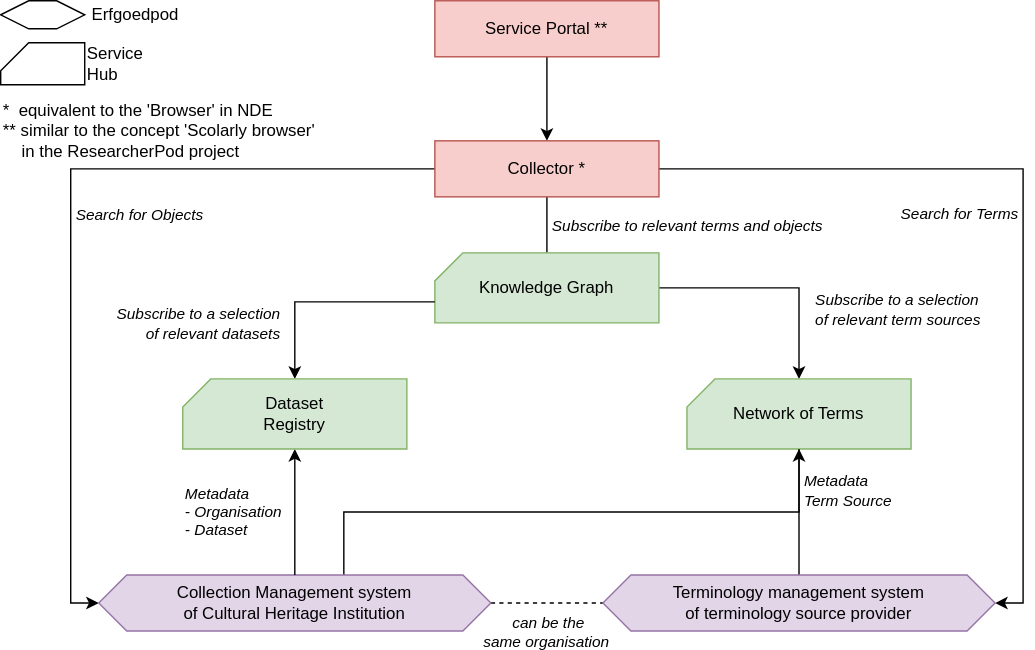
The draw.io diagram images/NDE-overzicht.svg in ErfgoedPod/usecases, before a commit. Source tidied: cells renumbered, new cells last; positions are measured from the earlier drawing's top-left corner, leaving out a move shared by most shapes.
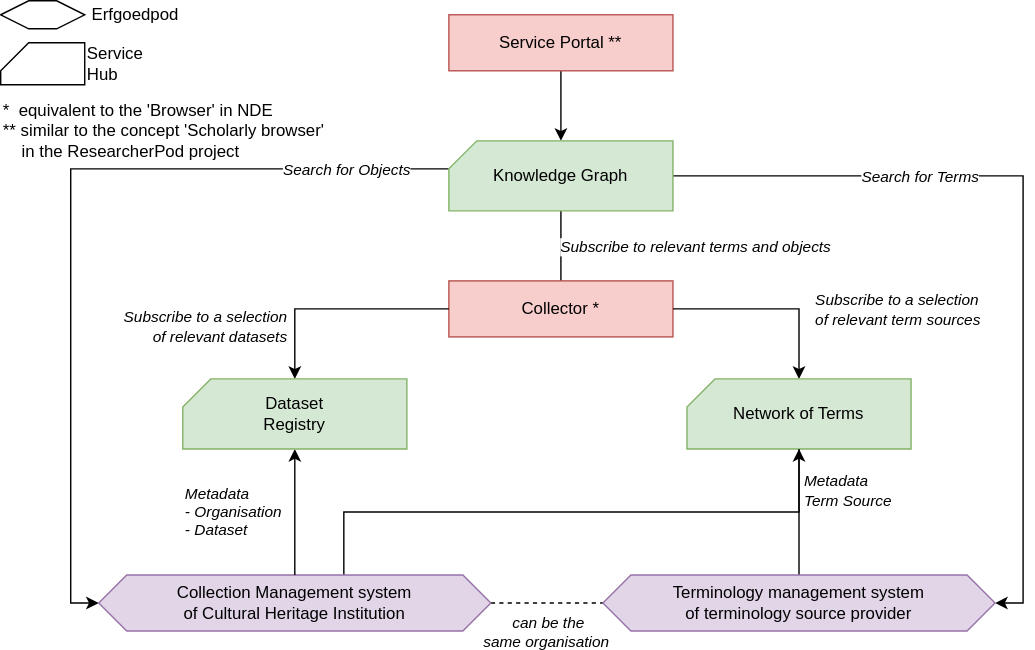
Later version of the same file.

Diff of the diagram source:
```diff
@@ -2,37 +2,39 @@
   <root>
     <mxCell id="0" />
     <mxCell id="1" parent="0" />
-    <mxCell id="2" style="edgeStyle=orthogonalEdgeStyle;rounded=0;jettySize=auto;html=1;exitX=0.5;exitY=1;exitDx=0;exitDy=0;startArrow=none;startFill=0;endArrow=classic;endFill=1;" parent="1" edge="1" source="3" target="10">
+    <mxCell id="2" style="edgeStyle=orthogonalEdgeStyle;rounded=0;jettySize=auto;html=1;exitX=0.5;exitY=1;exitDx=0;exitDy=0;startArrow=none;startFill=0;endArrow=classic;endFill=1;entryX=0.5;entryY=0;entryDx=0;entryDy=0;entryPerimeter=0;" parent="1" edge="1" source="3" target="20">
       <mxGeometry relative="1" as="geometry" />
     </mxCell>
     <mxCell id="3" value="Service Portal **" style="rounded=0;whiteSpace=wrap;html=1;fillColor=#f8cecc;strokeColor=#b85450;" parent="1" vertex="1">
-      <mxGeometry x="310" width="160" height="40" as="geometry" />
+      <mxGeometry x="320" y="10" width="160" height="40" as="geometry" />
     </mxCell>
-    <mxCell id="4" style="edgeStyle=orthogonalEdgeStyle;rounded=0;jettySize=auto;html=1;exitX=0.5;exitY=1;exitDx=0;exitDy=0;entryX=0.5;entryY=0;entryDx=0;entryDy=0;entryPerimeter=0;startArrow=none;startFill=0;endArrow=none;endFill=0;" parent="1" edge="1" source="10" target="20">
+    <mxCell id="4" style="edgeStyle=orthogonalEdgeStyle;rounded=0;jettySize=auto;html=1;exitX=0.5;exitY=0;exitDx=0;exitDy=0;entryX=0.5;entryY=1;entryDx=0;entryDy=0;entryPerimeter=0;startArrow=none;startFill=0;endArrow=none;endFill=0;" parent="1" edge="1" source="10" target="20">
       <mxGeometry relative="1" as="geometry" />
     </mxCell>
     <mxCell id="5" value="Subscribe to relevant terms and objects " style="edgeLabel;html=1;align=left;verticalAlign=middle;fontStyle=2;" parent="4" vertex="1">
       <mxGeometry y="2" relative="1" as="geometry" />
     </mxCell>
-    <mxCell id="6" style="edgeStyle=orthogonalEdgeStyle;rounded=0;jettySize=auto;html=1;exitX=1;exitY=0.5;exitDx=0;exitDy=0;entryX=1;entryY=0.5;entryDx=0;entryDy=0;startArrow=none;startFill=0;endArrow=classic;endFill=1;" parent="1" edge="1" source="10" target="19">
+    <mxCell id="6" style="edgeStyle=orthogonalEdgeStyle;rounded=0;jettySize=auto;html=1;entryX=1;entryY=0.5;entryDx=0;entryDy=0;startArrow=none;startFill=0;endArrow=classic;endFill=1;exitX=1;exitY=0.5;exitDx=0;exitDy=0;exitPerimeter=0;" parent="1" edge="1" source="20" target="19">
       <mxGeometry relative="1" as="geometry" />
     </mxCell>
     <mxCell id="7" value="Search for Terms" style="edgeLabel;html=1;align=right;verticalAlign=middle;fontStyle=2;" parent="6" vertex="1">
       <mxGeometry x="-0.13" y="-31" relative="1" as="geometry" />
     </mxCell>
-    <mxCell id="8" style="edgeStyle=orthogonalEdgeStyle;rounded=0;jettySize=auto;html=1;exitX=0;exitY=0.5;exitDx=0;exitDy=0;entryX=0;entryY=0.5;entryDx=0;entryDy=0;startArrow=none;startFill=0;endArrow=classic;endFill=1;" parent="1" edge="1" source="10" target="18">
+    <mxCell id="8" style="edgeStyle=orthogonalEdgeStyle;rounded=0;jettySize=auto;html=1;entryX=0;entryY=0.5;entryDx=0;entryDy=0;startArrow=none;startFill=0;endArrow=classic;endFill=1;exitX=0;exitY=0;exitDx=0;exitDy=20;exitPerimeter=0;" parent="1" edge="1" source="20" target="18">
       <mxGeometry relative="1" as="geometry" />
     </mxCell>
     <mxCell id="9" value="Search for Objects" style="edgeLabel;html=1;align=left;verticalAlign=middle;fontStyle=2;" parent="8" vertex="1">
-      <mxGeometry x="-0.13" y="32" relative="1" as="geometry" />
+      <mxGeometry x="-0.13" y="32" relative="1" as="geometry">
+        <mxPoint x="142" y="-32" as="offset" />
+      </mxGeometry>
     </mxCell>
     <mxCell id="10" value="Collector *" style="rounded=0;whiteSpace=wrap;html=1;fillColor=#f8cecc;strokeColor=#b85450;" parent="1" vertex="1">
-      <mxGeometry x="310" y="100" width="160" height="40" as="geometry" />
+      <mxGeometry x="320" y="200" width="160" height="40" as="geometry" />
     </mxCell>
     <mxCell id="11" style="edgeStyle=orthogonalEdgeStyle;rounded=0;jettySize=auto;html=1;exitX=0.5;exitY=1;exitDx=0;exitDy=0;exitPerimeter=0;entryX=0.5;entryY=0;entryDx=0;entryDy=0;startArrow=classic;startFill=1;endArrow=none;endFill=0;" parent="1" edge="1" source="13" target="19">
       <mxGeometry relative="1" as="geometry" />
     </mxCell>
-    <mxCell id="12" style="edgeStyle=orthogonalEdgeStyle;rounded=0;jettySize=auto;html=1;exitX=0.5;exitY=0;exitDx=0;exitDy=0;exitPerimeter=0;startArrow=classic;startFill=1;endArrow=none;endFill=0;entryX=1;entryY=0.5;entryDx=0;entryDy=0;entryPerimeter=0;" parent="1" edge="1" source="13" target="20">
+    <mxCell id="12" style="edgeStyle=orthogonalEdgeStyle;rounded=0;jettySize=auto;html=1;exitX=0.5;exitY=0;exitDx=0;exitDy=0;exitPerimeter=0;startArrow=classic;startFill=1;endArrow=none;endFill=0;entryX=1;entryY=0.5;entryDx=0;entryDy=0;" parent="1" edge="1" source="13" target="10">
       <mxGeometry relative="1" as="geometry" />
     </mxCell>
     <mxCell id="13" value="Network of Terms" style="shape=card;whiteSpace=wrap;html=1;size=20;fillColor=#d5e8d4;strokeColor=#82b366;" parent="1" vertex="1">
@@ -59,7 +61,7 @@
       <mxGeometry x="430" y="410" width="280" height="40" as="geometry" />
     </mxCell>
     <mxCell id="20" value="Knowledge Graph" style="shape=card;whiteSpace=wrap;html=1;size=20;fillColor=#d5e8d4;strokeColor=#82b366;" parent="1" vertex="1">
-      <mxGeometry x="310" y="180" width="160" height="50" as="geometry" />
+      <mxGeometry x="320" y="100" width="160" height="50" as="geometry" />
     </mxCell>
     <mxCell id="21" style="edgeStyle=orthogonalEdgeStyle;rounded=0;jettySize=auto;html=1;exitX=0.5;exitY=1;exitDx=0;exitDy=0;exitPerimeter=0;entryX=0.5;entryY=0;entryDx=0;entryDy=0;endArrow=none;endFill=0;startArrow=classic;startFill=1;" parent="1" edge="1" source="25" target="18">
       <mxGeometry relative="1" as="geometry" />
@@ -69,7 +71,7 @@
         <mxPoint x="-80" as="offset" />
       </mxGeometry>
     </mxCell>
-    <mxCell id="23" style="edgeStyle=orthogonalEdgeStyle;rounded=0;jettySize=auto;html=1;exitX=0.5;exitY=0;exitDx=0;exitDy=0;exitPerimeter=0;startArrow=classic;startFill=1;endArrow=none;endFill=0;entryX=0;entryY=0;entryDx=0;entryDy=35;entryPerimeter=0;" parent="1" edge="1" source="25" target="20">
+    <mxCell id="23" style="edgeStyle=orthogonalEdgeStyle;rounded=0;jettySize=auto;html=1;exitX=0.5;exitY=0;exitDx=0;exitDy=0;exitPerimeter=0;startArrow=classic;startFill=1;endArrow=none;endFill=0;entryX=0;entryY=0.5;entryDx=0;entryDy=0;" parent="1" edge="1" source="25" target="10">
       <mxGeometry relative="1" as="geometry" />
     </mxCell>
     <mxCell id="24" value="&lt;div&gt;&lt;i&gt;Subscribe to a selection &lt;br&gt;&lt;/i&gt;&lt;/div&gt;&lt;div&gt;&lt;i&gt;of relevant datasets&lt;br&gt;&lt;/i&gt;&lt;/div&gt;" style="edgeLabel;html=1;align=right;verticalAlign=middle;" parent="23" vertex="1">
@@ -89,7 +91,7 @@
     <mxCell id="28" value="Service Hub" style="shape=card;whiteSpace=wrap;html=1;size=20;labelPosition=right;verticalLabelPosition=middle;align=left;verticalAlign=middle;spacingRight=0;" parent="1" vertex="1">
       <mxGeometry y="30" width="60" height="30" as="geometry" />
     </mxCell>
-    <mxCell id="29" value="&lt;div align=&quot;left&quot;&gt;*&amp;nbsp; equivalent to the 'Browser' in NDE&lt;/div&gt;&lt;div align=&quot;left&quot;&gt;** similar to the concept 'Scolarly browser' &lt;br&gt;&lt;/div&gt;&lt;div align=&quot;left&quot;&gt;&amp;nbsp;&amp;nbsp;&amp;nbsp; in the ResearcherPod project&lt;br&gt;&lt;/div&gt;&amp;nbsp;" style="text;html=1;strokeColor=none;fillColor=none;align=left;verticalAlign=middle;whiteSpace=wrap;rounded=0;" parent="1" vertex="1">
+    <mxCell id="29" value="&lt;div align=&quot;left&quot;&gt;*&amp;nbsp; equivalent to the 'Browser' in NDE&lt;/div&gt;&lt;div align=&quot;left&quot;&gt;** similar to the concept 'Scholarly browser' &lt;br&gt;&lt;/div&gt;&lt;div align=&quot;left&quot;&gt;&amp;nbsp;&amp;nbsp;&amp;nbsp; in the ResearcherPod project&lt;br&gt;&lt;/div&gt;&amp;nbsp;" style="text;html=1;strokeColor=none;fillColor=none;align=left;verticalAlign=middle;whiteSpace=wrap;rounded=0;" parent="1" vertex="1">
       <mxGeometry y="90" width="270" height="20" as="geometry" />
     </mxCell>
   </root>
```
